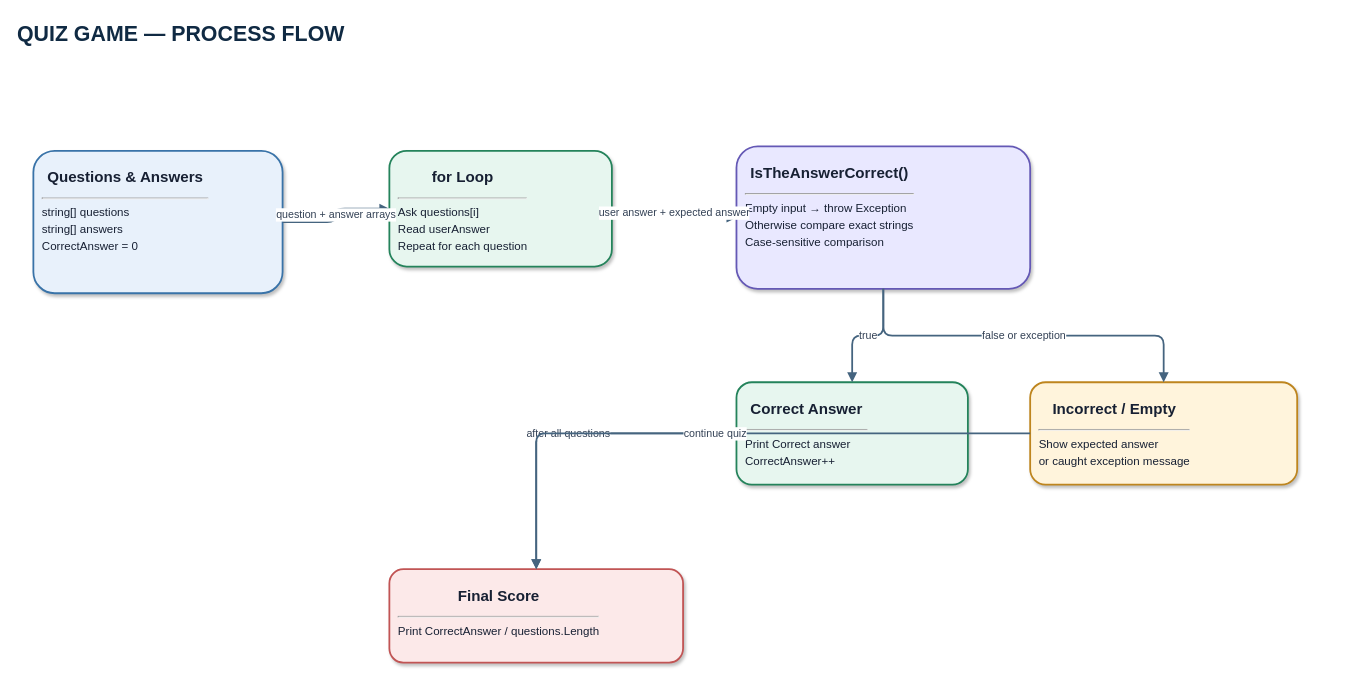
Earlier version of the draw.io diagram 01-Basics/Projects/QuizGame/QuizGame.drawio (ahmedbakryshamiya-ui/DotNet-Learning-Journey). Source tidied: cells renumbered, new cells numbered last; positions are measured from the earlier drawing's top-left corner, leaving out a move shared by most shapes. Both pictures are drawn from the tidied source at 89%, with x=0, y=0 at pixel (15, 15).
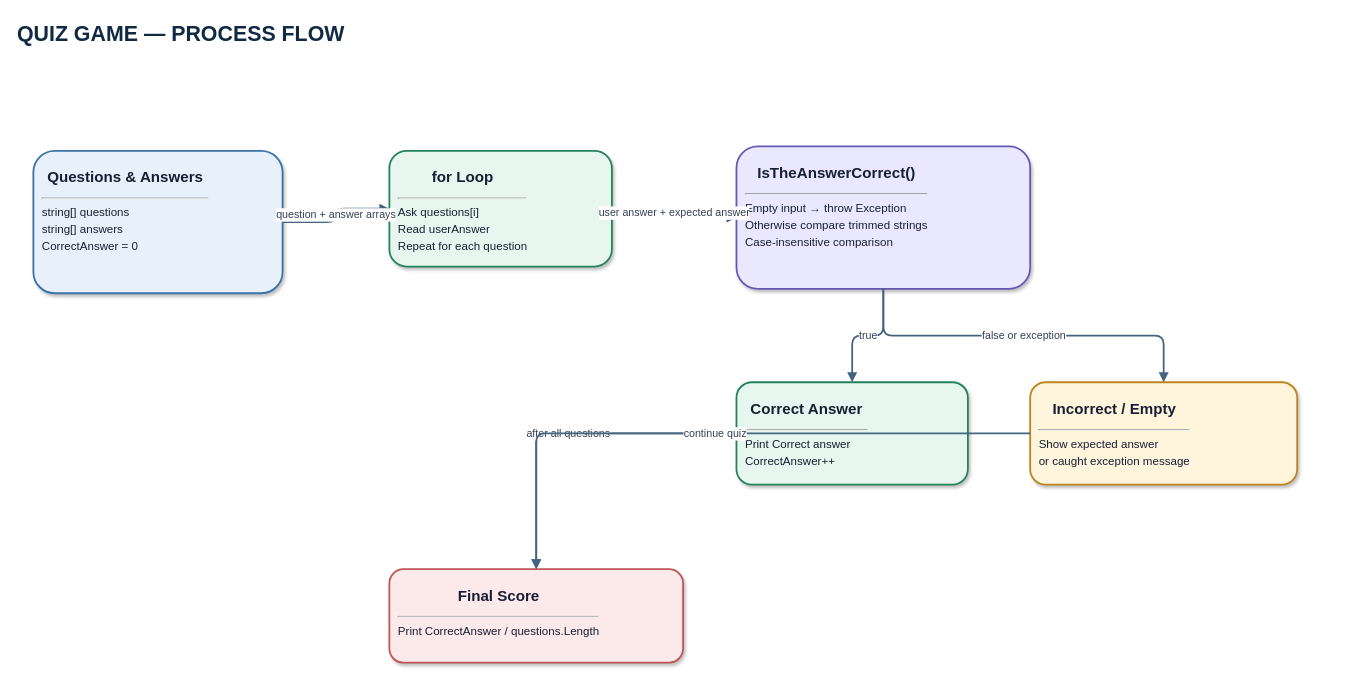
Above is the later version.

Commit message (it also covers changes not shown here):
Align quiz flow diagram with trimmed case-insensitive answer checks

The edit, as a diff of the source:
```diff
@@
 <mxGraphModel>
   <root>
     <mxCell id="0" />
     <mxCell id="1" parent="0" />
     <mxCell id="2" value="QUIZ GAME — PROCESS FLOW" style="text;html=1;strokeColor=none;fillColor=none;fontSize=24;fontStyle=1;fontColor=#102a43;align=left;" parent="1" vertex="1">
       <mxGeometry width="1500" height="48" as="geometry" />
     </mxCell>
     <mxCell id="3" value="&lt;div style=&quot;font-size:17px;font-weight:bold;text-align:center;padding:6px&quot;&gt;Questions &amp;amp; Answers&lt;/div&gt;&lt;hr/&gt;&lt;div style=&quot;font-size:13px;line-height:1.45&quot;&gt;string[] questions&lt;br/&gt;string[] answers&lt;br/&gt;CorrectAnswer = 0&lt;/div&gt;" style="rounded=1;whiteSpace=wrap;html=1;align=left;verticalAlign=top;spacing=10;fillColor=#e8f1fb;strokeColor=#3973a8;strokeWidth=2;fontColor=#172033;shadow=1;" parent="1" vertex="1">
       <mxGeometry x="20" y="152" width="280" height="160" as="geometry" />
     </mxCell>
     <mxCell id="4" value="&lt;div style=&quot;font-size:17px;font-weight:bold;text-align:center;padding:6px&quot;&gt;for Loop&lt;/div&gt;&lt;hr/&gt;&lt;div style=&quot;font-size:13px;line-height:1.45&quot;&gt;Ask questions[i]&lt;br/&gt;Read userAnswer&lt;br/&gt;Repeat for each question&lt;/div&gt;" style="rounded=1;whiteSpace=wrap;html=1;align=left;verticalAlign=top;spacing=10;fillColor=#e7f6ef;strokeColor=#24835b;strokeWidth=2;fontColor=#172033;shadow=1;" parent="1" vertex="1">
       <mxGeometry x="420" y="152" width="250" height="130" as="geometry" />
     </mxCell>
-    <mxCell id="5" value="&lt;div style=&quot;font-size:17px;font-weight:bold;text-align:center;padding:6px&quot;&gt;IsTheAnswerCorrect()&lt;/div&gt;&lt;hr/&gt;&lt;div style=&quot;font-size:13px;line-height:1.45&quot;&gt;Empty input → throw Exception&lt;br/&gt;Otherwise compare exact strings&lt;br/&gt;Case-sensitive comparison&lt;/div&gt;" style="rounded=1;whiteSpace=wrap;html=1;align=left;verticalAlign=top;spacing=10;fillColor=#e9e8ff;strokeColor=#6458b5;strokeWidth=2;fontColor=#172033;shadow=1;" parent="1" vertex="1">
+    <mxCell id="5" value="&lt;div style=&quot;font-size:17px;font-weight:bold;text-align:center;padding:6px&quot;&gt;IsTheAnswerCorrect()&lt;/div&gt;&lt;hr/&gt;&lt;div style=&quot;font-size:13px;line-height:1.45&quot;&gt;Empty input → throw Exception&lt;br/&gt;Otherwise compare trimmed strings&lt;br/&gt;Case-insensitive comparison&lt;/div&gt;" style="rounded=1;whiteSpace=wrap;html=1;align=left;verticalAlign=top;spacing=10;fillColor=#e9e8ff;strokeColor=#6458b5;strokeWidth=2;fontColor=#172033;shadow=1;" parent="1" vertex="1">
       <mxGeometry x="810" y="147" width="330" height="160" as="geometry" />
     </mxCell>
     <mxCell id="6" value="&lt;div style=&quot;font-size:17px;font-weight:bold;text-align:center;padding:6px&quot;&gt;Correct Answer&lt;/div&gt;&lt;hr/&gt;&lt;div style=&quot;font-size:13px;line-height:1.45&quot;&gt;Print Correct answer&lt;br/&gt;CorrectAnswer++&lt;/div&gt;" style="rounded=1;whiteSpace=wrap;html=1;align=left;verticalAlign=top;spacing=10;fillColor=#e7f6ef;strokeColor=#24835b;strokeWidth=2;fontColor=#172033;shadow=1;" parent="1" vertex="1">
       <mxGeometry x="810" y="412" width="260" height="115" as="geometry" />
     </mxCell>
     <mxCell id="7" value="&lt;div style=&quot;font-size:17px;font-weight:bold;text-align:center;padding:6px&quot;&gt;Incorrect / Empty&lt;/div&gt;&lt;hr/&gt;&lt;div style=&quot;font-size:13px;line-height:1.45&quot;&gt;Show expected answer&lt;br/&gt;or caught exception message&lt;/div&gt;" style="rounded=1;whiteSpace=wrap;html=1;align=left;verticalAlign=top;spacing=10;fillColor=#fff4dc;strokeColor=#be851e;strokeWidth=2;fontColor=#172033;shadow=1;" parent="1" vertex="1">
       <mxGeometry x="1140" y="412" width="300" height="115" as="geometry" />
     </mxCell>
     <mxCell id="8" value="&lt;div style=&quot;font-size:17px;font-weight:bold;text-align:center;padding:6px&quot;&gt;Final Score&lt;/div&gt;&lt;hr/&gt;&lt;div style=&quot;font-size:13px;line-height:1.45&quot;&gt;Print CorrectAnswer / questions.Length&lt;/div&gt;" style="rounded=1;whiteSpace=wrap;html=1;align=left;verticalAlign=top;spacing=10;fillColor=#fce9e9;strokeColor=#c15454;strokeWidth=2;fontColor=#172033;shadow=1;" parent="1" vertex="1">
       <mxGeometry x="420" y="622" width="330" height="105" as="geometry" />
     </mxCell>
     <mxCell id="9" value="question + answer arrays" style="edgeStyle=orthogonalEdgeStyle;jettySize=auto;rounded=1;html=1;strokeWidth=2;strokeColor=#45647f;endArrow=block;endFill=1;fontSize=12;fontColor=#334155;labelBackgroundColor=#ffffff;align=center;verticalAlign=middle;" parent="1" edge="1" source="3" target="4">
       <mxGeometry relative="1" as="geometry" />
     </mxCell>
     <mxCell id="10" value="user answer + expected answer" style="edgeStyle=orthogonalEdgeStyle;jettySize=auto;rounded=1;html=1;strokeWidth=2;strokeColor=#45647f;endArrow=block;endFill=1;fontSize=12;fontColor=#334155;labelBackgroundColor=#ffffff;align=center;verticalAlign=middle;" parent="1" edge="1" source="4" target="5">
       <mxGeometry relative="1" as="geometry" />
     </mxCell>
     <mxCell id="11" value="true" style="edgeStyle=orthogonalEdgeStyle;jettySize=auto;rounded=1;html=1;strokeWidth=2;strokeColor=#45647f;endArrow=block;endFill=1;fontSize=12;fontColor=#334155;labelBackgroundColor=#ffffff;align=center;verticalAlign=middle;" parent="1" edge="1" source="5" target="6">
       <mxGeometry relative="1" as="geometry" />
     </mxCell>
     <mxCell id="12" value="false or exception" style="edgeStyle=orthogonalEdgeStyle;jettySize=auto;rounded=1;html=1;strokeWidth=2;strokeColor=#45647f;endArrow=block;endFill=1;fontSize=12;fontColor=#334155;labelBackgroundColor=#ffffff;align=center;verticalAlign=middle;" parent="1" edge="1" source="5" target="7">
       <mxGeometry relative="1" as="geometry" />
     </mxCell>
     <mxCell id="13" value="after all questions" style="edgeStyle=orthogonalEdgeStyle;jettySize=auto;rounded=1;html=1;strokeWidth=2;strokeColor=#45647f;endArrow=block;endFill=1;fontSize=12;fontColor=#334155;labelBackgroundColor=#ffffff;align=center;verticalAlign=middle;" parent="1" edge="1" source="6" target="8">
       <mxGeometry relative="1" as="geometry" />
     </mxCell>
     <mxCell id="14" value="continue quiz" style="edgeStyle=orthogonalEdgeStyle;jettySize=auto;rounded=1;html=1;strokeWidth=2;strokeColor=#45647f;endArrow=block;endFill=1;fontSize=12;fontColor=#334155;labelBackgroundColor=#ffffff;align=center;verticalAlign=middle;" parent="1" edge="1" source="7" target="8">
       <mxGeometry relative="1" as="geometry" />
     </mxCell>
   </root>
 </mxGraphModel>
```
